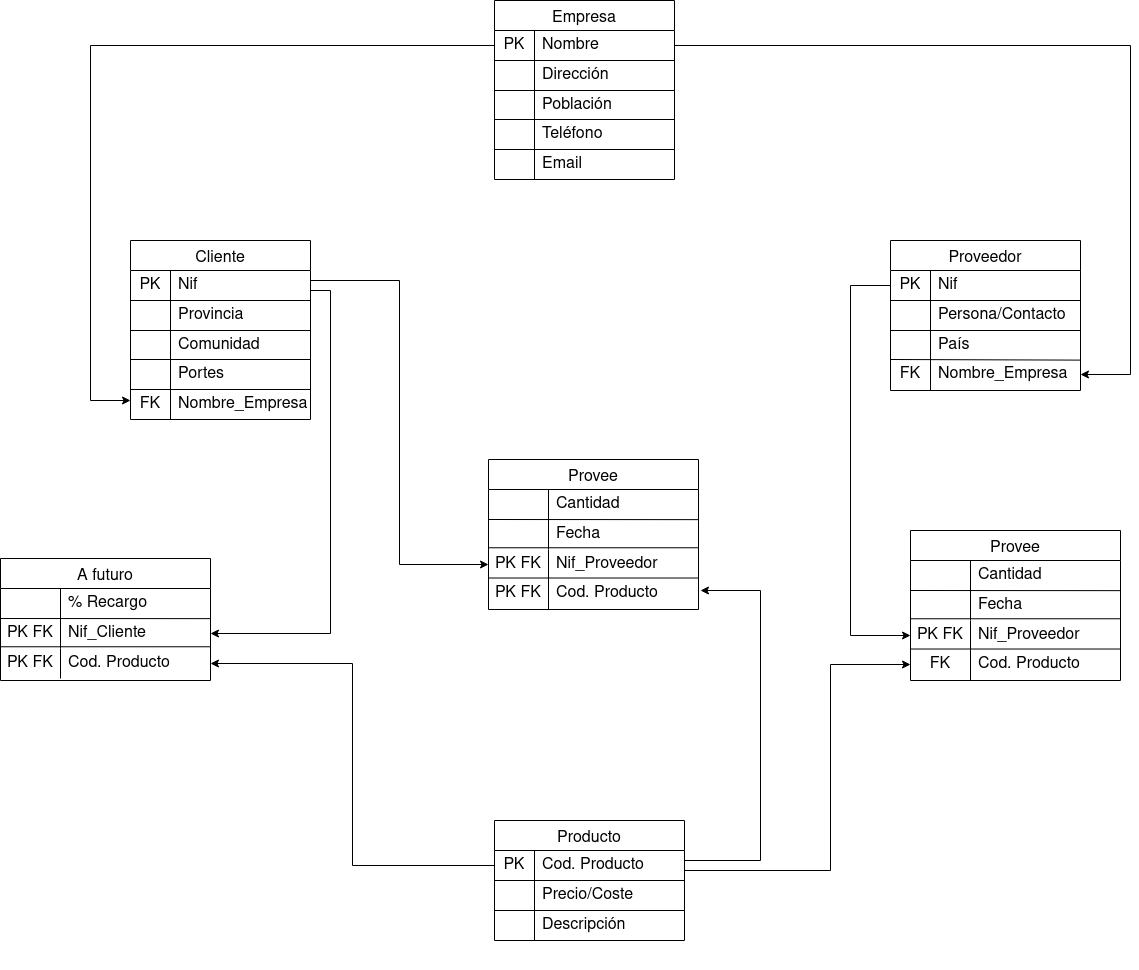
This is Empresa Compra Venta (MR).png from Chugani05/base-datos, a draw.io export, as it was before one commit. Source tidied: cells renumbered, new cells last; positions are measured from the earlier drawing's top-left corner, leaving out a move shared by most shapes.
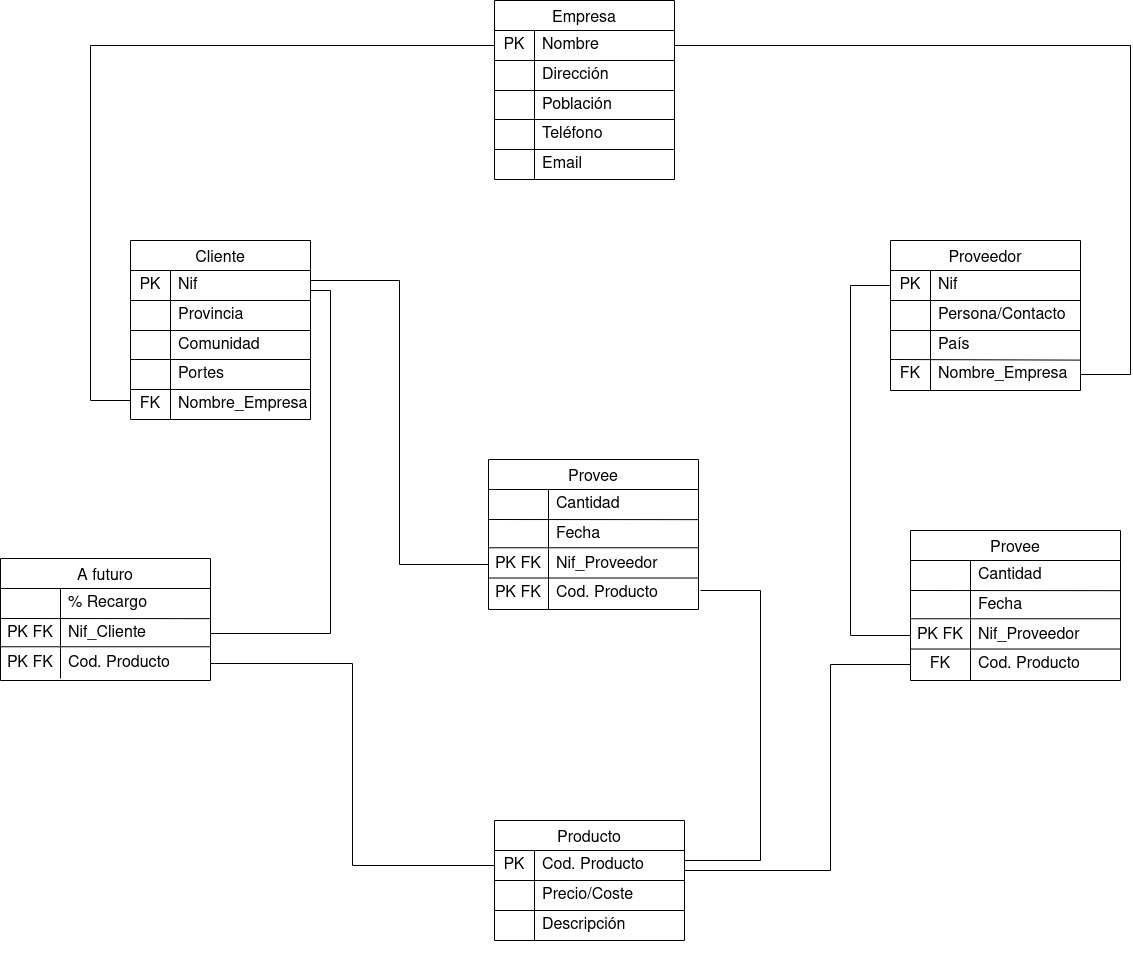
After the commit.

What changed in the source:
```diff
@@ -223,7 +223,7 @@
         <mxPoint x="310" y="389" as="targetPoint" />
       </mxGeometry>
     </mxCell>
-    <mxCell id="62" style="edgeStyle=orthogonalEdgeStyle;rounded=0;jettySize=auto;html=1;exitX=1;exitY=0.5;exitDx=0;exitDy=0;" parent="1" edge="1" source="3">
+    <mxCell id="62" style="edgeStyle=orthogonalEdgeStyle;rounded=0;jettySize=auto;html=1;exitX=1;exitY=0.5;exitDx=0;exitDy=0;endArrow=none;endFill=0;" parent="1" edge="1" source="3">
       <mxGeometry relative="1" as="geometry">
         <mxPoint x="1080" y="374" as="targetPoint" />
         <Array as="points">
@@ -232,7 +232,7 @@
         </Array>
       </mxGeometry>
     </mxCell>
-    <mxCell id="63" style="edgeStyle=orthogonalEdgeStyle;rounded=0;jettySize=auto;html=1;exitX=0;exitY=0.5;exitDx=0;exitDy=0;" parent="1" edge="1" source="3">
+    <mxCell id="63" style="edgeStyle=orthogonalEdgeStyle;rounded=0;jettySize=auto;html=1;exitX=0;exitY=0.5;exitDx=0;exitDy=0;endArrow=none;endFill=0;" parent="1" edge="1" source="3">
       <mxGeometry relative="1" as="geometry">
         <mxPoint x="130" y="400" as="targetPoint" />
         <Array as="points">
@@ -345,7 +345,7 @@
         <mxPoint x="684" y="910" as="targetPoint" />
       </mxGeometry>
     </mxCell>
-    <mxCell id="95" style="edgeStyle=orthogonalEdgeStyle;rounded=0;jettySize=auto;html=1;exitX=1;exitY=0.5;exitDx=0;exitDy=0;" parent="1" edge="1" source="81">
+    <mxCell id="95" style="edgeStyle=orthogonalEdgeStyle;rounded=0;jettySize=auto;html=1;exitX=1;exitY=0.5;exitDx=0;exitDy=0;endArrow=none;endFill=0;" parent="1" edge="1" source="81">
       <mxGeometry relative="1" as="geometry">
         <mxPoint x="910" y="664" as="targetPoint" />
         <Array as="points">
@@ -355,7 +355,7 @@
         </Array>
       </mxGeometry>
     </mxCell>
-    <mxCell id="96" style="edgeStyle=orthogonalEdgeStyle;rounded=0;jettySize=auto;html=1;exitX=0;exitY=0.5;exitDx=0;exitDy=0;entryX=0;entryY=0.5;entryDx=0;entryDy=0;" parent="1" edge="1" source="24" target="71">
+    <mxCell id="96" style="edgeStyle=orthogonalEdgeStyle;rounded=0;jettySize=auto;html=1;exitX=0;exitY=0.5;exitDx=0;exitDy=0;entryX=0;entryY=0.5;entryDx=0;entryDy=0;endArrow=none;endFill=0;" parent="1" edge="1" source="24" target="71">
       <mxGeometry relative="1" as="geometry">
         <Array as="points">
           <mxPoint x="850" y="285" />
@@ -487,10 +487,10 @@
         <mxPoint x="210" y="646.3" as="targetPoint" />
       </mxGeometry>
     </mxCell>
-    <mxCell id="131" style="edgeStyle=orthogonalEdgeStyle;rounded=0;jettySize=auto;html=1;exitX=0;exitY=0.5;exitDx=0;exitDy=0;entryX=1;entryY=0.5;entryDx=0;entryDy=0;" parent="1" edge="1" source="81" target="124">
+    <mxCell id="131" style="edgeStyle=orthogonalEdgeStyle;rounded=0;jettySize=auto;html=1;exitX=0;exitY=0.5;exitDx=0;exitDy=0;entryX=1;entryY=0.5;entryDx=0;entryDy=0;endArrow=none;endFill=0;" parent="1" edge="1" source="81" target="124">
       <mxGeometry relative="1" as="geometry" />
     </mxCell>
-    <mxCell id="132" style="edgeStyle=orthogonalEdgeStyle;rounded=0;jettySize=auto;html=1;exitX=1;exitY=0.5;exitDx=0;exitDy=0;entryX=1;entryY=0.5;entryDx=0;entryDy=0;" parent="1" edge="1" source="42" target="121">
+    <mxCell id="132" style="edgeStyle=orthogonalEdgeStyle;rounded=0;jettySize=auto;html=1;exitX=1;exitY=0.5;exitDx=0;exitDy=0;entryX=1;entryY=0.5;entryDx=0;entryDy=0;endArrow=none;endFill=0;" parent="1" edge="1" source="42" target="121">
       <mxGeometry relative="1" as="geometry">
         <Array as="points">
           <mxPoint x="310" y="290" />
@@ -499,7 +499,7 @@
         </Array>
       </mxGeometry>
     </mxCell>
-    <mxCell id="133" style="edgeStyle=orthogonalEdgeStyle;rounded=0;jettySize=auto;html=1;exitX=1;exitY=0.5;exitDx=0;exitDy=0;entryX=0;entryY=0.5;entryDx=0;entryDy=0;" parent="1" edge="1" source="42" target="106">
+    <mxCell id="133" style="edgeStyle=orthogonalEdgeStyle;rounded=0;jettySize=auto;html=1;exitX=1;exitY=0.5;exitDx=0;exitDy=0;entryX=0;entryY=0.5;entryDx=0;entryDy=0;endArrow=none;endFill=0;" parent="1" edge="1" source="42" target="106">
       <mxGeometry relative="1" as="geometry">
         <Array as="points">
           <mxPoint x="310" y="280" />
@@ -508,7 +508,7 @@
         </Array>
       </mxGeometry>
     </mxCell>
-    <mxCell id="134" style="edgeStyle=orthogonalEdgeStyle;rounded=0;jettySize=auto;html=1;exitX=1;exitY=0.5;exitDx=0;exitDy=0;" parent="1" edge="1" source="81">
+    <mxCell id="134" style="edgeStyle=orthogonalEdgeStyle;rounded=0;jettySize=auto;html=1;exitX=1;exitY=0.5;exitDx=0;exitDy=0;endArrow=none;endFill=0;" parent="1" edge="1" source="81">
       <mxGeometry relative="1" as="geometry">
         <mxPoint x="700" y="590" as="targetPoint" />
         <Array as="points">
```
